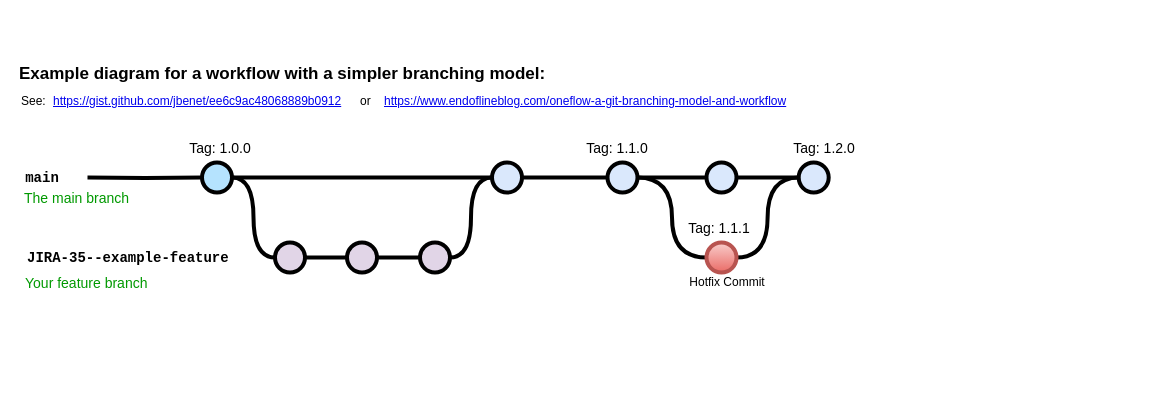
Above: Untitled Diagram.drawio in dinhdobathi1992/thiCV (draw.io), before the change. Source tidied: cells renumbered, new cells numbered last; positions are measured from the earlier drawing's top-left corner, leaving out a move shared by most shapes. Both pictures are drawn from the tidied source at 100%, with x=0, y=0 at pixel (17, 57).
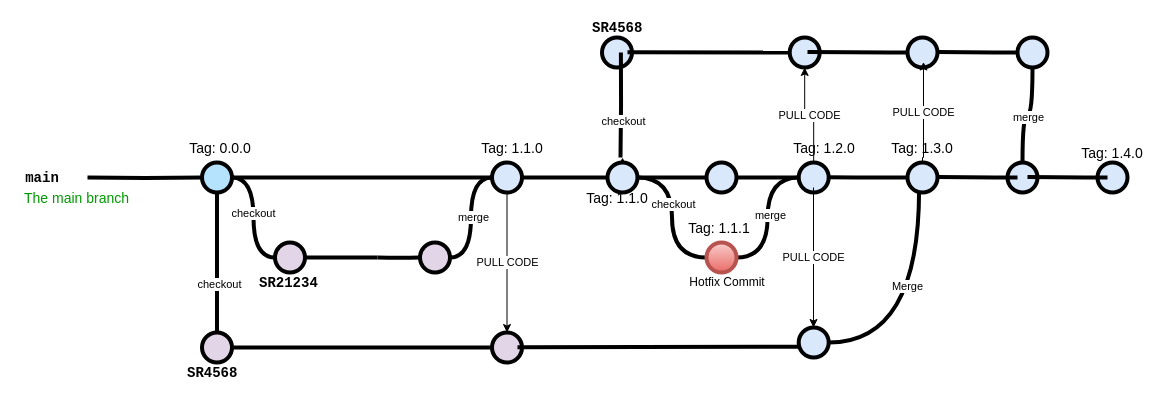
After the change.

The change refers to these unchanged cells:
```xml
<mxCell id="6" style="edgeStyle=orthogonalEdgeStyle;curved=1;rounded=0;html=1;exitX=1;exitY=0.5;exitPerimeter=0;entryX=0;entryY=0.5;entryPerimeter=0;endArrow=none;endFill=0;jettySize=auto;strokeWidth=4;fontSize=15;" parent="1" edge="1" source="7" target="19">
  <mxGeometry relative="1" as="geometry" />
</mxCell>
<mxCell id="7" style="verticalLabelPosition=bottom;verticalAlign=top;html=1;strokeWidth=4;shape=mxgraph.flowchart.on-page_reference;plain-blue;gradientColor=none;fillColor=#B5E3Fe;strokeColor=#000000;" parent="1" vertex="1">
  <mxGeometry x="184.5" y="105" width="30" height="30" as="geometry" />
</mxCell>
<mxCell id="9" style="verticalLabelPosition=bottom;verticalAlign=top;html=1;strokeWidth=4;shape=mxgraph.flowchart.on-page_reference;plain-blue;gradientColor=none;strokeColor=#000000;" parent="1" vertex="1">
  <mxGeometry x="474.5" y="105" width="30" height="30" as="geometry" />
</mxCell>
<mxCell id="11" style="edgeStyle=orthogonalEdgeStyle;curved=1;rounded=0;jettySize=auto;html=1;endArrow=none;endFill=0;strokeWidth=4;fontFamily=Courier New;fontSize=16;entryX=0;entryY=0.5;entryDx=0;entryDy=0;entryPerimeter=0;" parent="1" edge="1" source="12" target="32">
  <mxGeometry relative="1" as="geometry" />
</mxCell>
<mxCell id="12" style="verticalLabelPosition=bottom;verticalAlign=top;html=1;strokeWidth=4;shape=mxgraph.flowchart.on-page_reference;plain-blue;gradientColor=none;strokeColor=#000000;" parent="1" vertex="1">
  <mxGeometry x="590" y="105" width="30" height="30" as="geometry" />
</mxCell>
<mxCell id="15" style="verticalLabelPosition=bottom;verticalAlign=top;html=1;strokeWidth=4;shape=mxgraph.flowchart.on-page_reference;plain-blue;gradientColor=none;strokeColor=#000000;" parent="1" vertex="1">
  <mxGeometry x="781.2" y="105" width="30" height="30" as="geometry" />
</mxCell>
<mxCell id="19" style="verticalLabelPosition=bottom;verticalAlign=top;html=1;strokeWidth=4;shape=mxgraph.flowchart.on-page_reference;plain-purple;gradientColor=none;strokeColor=#000000;" parent="1" vertex="1">
  <mxGeometry x="257.5" y="185" width="30" height="30" as="geometry" />
</mxCell>
<mxCell id="22" style="edgeStyle=orthogonalEdgeStyle;curved=1;rounded=0;html=1;exitX=1;exitY=0.5;exitPerimeter=0;entryX=0;entryY=0.5;entryPerimeter=0;endArrow=none;endFill=0;jettySize=auto;strokeWidth=4;fontSize=15;" parent="1" edge="1" source="23" target="9">
  <mxGeometry relative="1" as="geometry" />
</mxCell>
<mxCell id="23" style="verticalLabelPosition=bottom;verticalAlign=top;html=1;strokeWidth=4;shape=mxgraph.flowchart.on-page_reference;plain-purple;gradientColor=none;strokeColor=#000000;" parent="1" vertex="1">
  <mxGeometry x="402.5" y="185" width="30" height="30" as="geometry" />
</mxCell>
<mxCell id="31" style="edgeStyle=orthogonalEdgeStyle;curved=1;rounded=0;jettySize=auto;html=1;endArrow=none;endFill=0;strokeWidth=4;fontFamily=Courier New;fontSize=16;entryX=0;entryY=0.5;entryDx=0;entryDy=0;entryPerimeter=0;" parent="1" edge="1" source="32" target="15">
  <mxGeometry relative="1" as="geometry" />
</mxCell>
```

Change to the diagram source:
```diff
@@
-    <mxCell id="2" value="Example diagram for a workflow with a simpler branching model:" style="text;whiteSpace=wrap;html=1;fontStyle=1;fontSize=17;" parent="1" vertex="1">
-      <mxGeometry width="542.2" height="30" as="geometry" />
-    </mxCell>
-    <mxCell id="3" value="&lt;a href=&quot;https://gist.github.com/jbenet/ee6c9ac48068889b0912&quot;&gt;https://gist.github.com/jbenet/ee6c9ac48068889b0912&lt;/a&gt;" style="text;whiteSpace=wrap;html=1;" parent="1" vertex="1">
-      <mxGeometry x="34.2" y="30" width="298" height="20" as="geometry" />
-    </mxCell>
-    <mxCell id="4" value="See:" style="text;whiteSpace=wrap;html=1;" parent="1" vertex="1">
-      <mxGeometry x="1.5" y="30" width="32.8" height="20" as="geometry" />
-    </mxCell>
@@
+    <mxCell id="36" value="checkout" style="edgeLabel;html=1;align=center;verticalAlign=middle;" parent="6" vertex="1">
+      <mxGeometry x="-0.07" y="-1" relative="1" as="geometry" />
+    </mxCell>
@@
+    <mxCell id="37" value="PULL CODE" style="edgeStyle=orthogonalEdgeStyle;rounded=0;jettySize=auto;html=1;" parent="1" edge="1" source="9" target="49">
+      <mxGeometry relative="1" as="geometry" />
+    </mxCell>
@@
+    <mxCell id="38" value="checkout" style="edgeLabel;html=1;align=center;verticalAlign=middle;" parent="11" vertex="1">
+      <mxGeometry x="-0.18" y="1" relative="1" as="geometry" />
+    </mxCell>
+    <mxCell id="39" style="edgeStyle=orthogonalEdgeStyle;rounded=0;jettySize=auto;html=1;exitX=0.5;exitY=1;exitDx=0;exitDy=0;exitPerimeter=0;" parent="1" edge="1" source="12">
+      <mxGeometry relative="1" as="geometry">
+        <mxPoint x="605" y="100" as="targetPoint" />
+      </mxGeometry>
+    </mxCell>
@@
-    <mxCell id="18" style="edgeStyle=orthogonalEdgeStyle;curved=1;rounded=0;html=1;exitX=1;exitY=0.5;exitPerimeter=0;entryX=0;entryY=0.5;entryPerimeter=0;endArrow=none;endFill=0;jettySize=auto;strokeWidth=4;fontSize=15;" parent="1" edge="1" source="19" target="21">
-      <mxGeometry relative="1" as="geometry" />
+    <mxCell id="18" style="edgeStyle=orthogonalEdgeStyle;curved=1;rounded=0;html=1;exitX=1;exitY=0.5;exitPerimeter=0;endArrow=none;endFill=0;jettySize=auto;strokeWidth=4;fontSize=15;" parent="1" edge="1" source="19">
+      <mxGeometry relative="1" as="geometry">
+        <mxPoint x="360" y="200" as="targetPoint" />
+      </mxGeometry>
     </mxCell>
@@
-    <mxCell id="20" style="edgeStyle=orthogonalEdgeStyle;curved=1;rounded=0;html=1;exitX=1;exitY=0.5;exitPerimeter=0;entryX=0;entryY=0.5;entryPerimeter=0;endArrow=none;endFill=0;jettySize=auto;strokeWidth=4;fontSize=15;" parent="1" edge="1" source="21" target="23">
-      <mxGeometry relative="1" as="geometry" />
+    <mxCell id="20" style="edgeStyle=orthogonalEdgeStyle;curved=1;rounded=0;html=1;entryX=0;entryY=0.5;entryPerimeter=0;endArrow=none;endFill=0;jettySize=auto;strokeWidth=4;fontSize=15;" parent="1" edge="1" target="23">
+      <mxGeometry relative="1" as="geometry">
+        <mxPoint x="360" y="200" as="sourcePoint" />
+      </mxGeometry>
     </mxCell>
-    <mxCell id="21" style="verticalLabelPosition=bottom;verticalAlign=top;html=1;strokeWidth=4;shape=mxgraph.flowchart.on-page_reference;plain-purple;gradientColor=none;strokeColor=#000000;" parent="1" vertex="1">
-      <mxGeometry x="329.5" y="185" width="30" height="30" as="geometry" />
-    </mxCell>
@@
+    <mxCell id="40" value="merge" style="edgeLabel;html=1;align=center;verticalAlign=middle;" parent="22" vertex="1">
+      <mxGeometry x="0.01" y="-2" relative="1" as="geometry" />
+    </mxCell>
@@
-    <mxCell id="24" value="JIRA-35--example-feature" style="text;html=1;strokeColor=none;fillColor=none;align=left;verticalAlign=middle;whiteSpace=wrap;overflow=hidden;fontSize=14;fontStyle=1;fontFamily=Courier New;" parent="1" vertex="1">
-      <mxGeometry x="7.5" y="190" width="240" height="20" as="geometry" />
+    <mxCell id="24" value="SR21234" style="text;html=1;strokeColor=none;fillColor=none;align=left;verticalAlign=middle;whiteSpace=wrap;overflow=hidden;fontSize=14;fontStyle=1;fontFamily=Courier New;" parent="1" vertex="1">
+      <mxGeometry x="240" y="215" width="240" height="20" as="geometry" />
     </mxCell>
@@
-    <mxCell id="26" value="Your feature branch" style="text;html=1;strokeColor=none;fillColor=none;align=left;verticalAlign=middle;whiteSpace=wrap;overflow=hidden;fontSize=14;fontStyle=0;fontColor=#009900;" parent="1" vertex="1">
-      <mxGeometry x="6.2" y="215" width="202.2" height="20" as="geometry" />
-    </mxCell>
-    <mxCell id="27" value="Tag: 1.0.0" style="text;html=1;strokeColor=none;fillColor=none;align=center;verticalAlign=middle;whiteSpace=wrap;overflow=hidden;fontSize=14;" parent="1" vertex="1">
+    <mxCell id="27" value="Tag: 0.0.0" style="text;html=1;strokeColor=none;fillColor=none;align=center;verticalAlign=middle;whiteSpace=wrap;overflow=hidden;fontSize=14;" parent="1" vertex="1">
       <mxGeometry x="168.4" y="80" width="70" height="20" as="geometry" />
     </mxCell>
     <mxCell id="28" value="Tag: 1.1.0" style="text;html=1;strokeColor=none;fillColor=none;align=center;verticalAlign=middle;whiteSpace=wrap;overflow=hidden;fontSize=14;" parent="1" vertex="1">
-      <mxGeometry x="564.5" y="80" width="70" height="20" as="geometry" />
+      <mxGeometry x="564.5" y="130" width="70" height="20" as="geometry" />
     </mxCell>
-    <mxCell id="29" value="&lt;a href=&quot;https://www.endoflineblog.com/oneflow-a-git-branching-model-and-workflow&quot;&gt;https://www.endoflineblog.com/oneflow-a-git-branching-model-and-workflow&lt;/a&gt;" style="text;whiteSpace=wrap;html=1;" parent="1" vertex="1">
-      <mxGeometry x="364.5" y="30" width="413.8" height="20" as="geometry" />
-    </mxCell>
-    <mxCell id="30" value="or" style="text;whiteSpace=wrap;html=1;" parent="1" vertex="1">
-      <mxGeometry x="340.6" y="30" width="11.6" height="20" as="geometry" />
-    </mxCell>
@@
+    <mxCell id="41" value="merge" style="edgeLabel;html=1;align=center;verticalAlign=middle;" parent="31" vertex="1">
+      <mxGeometry x="0.04" y="-2" relative="1" as="geometry" />
+    </mxCell>
@@
+    <mxCell id="42" value="Tag: 1.1.0" style="text;html=1;strokeColor=none;fillColor=none;align=center;verticalAlign=middle;whiteSpace=wrap;overflow=hidden;fontSize=14;" parent="1" vertex="1">
+      <mxGeometry x="460" y="80" width="70" height="20" as="geometry" />
+    </mxCell>
+    <mxCell id="43" value="SR4568" style="text;html=1;strokeColor=none;fillColor=none;align=left;verticalAlign=middle;whiteSpace=wrap;overflow=hidden;fontSize=14;fontStyle=1;fontFamily=Courier New;" parent="1" vertex="1">
+      <mxGeometry x="168.4" y="305" width="61.6" height="20" as="geometry" />
+    </mxCell>
+    <mxCell id="44" style="edgeStyle=orthogonalEdgeStyle;curved=1;rounded=0;html=1;exitX=0.5;exitY=1;exitPerimeter=0;endArrow=none;endFill=0;jettySize=auto;strokeWidth=4;fontSize=15;exitDx=0;exitDy=0;" parent="1" edge="1" source="47">
+      <mxGeometry relative="1" as="geometry">
+        <mxPoint x="200" y="290" as="targetPoint" />
+      </mxGeometry>
+    </mxCell>
+    <mxCell id="45" style="edgeStyle=orthogonalEdgeStyle;curved=1;rounded=0;html=1;exitX=0.5;exitY=1;exitPerimeter=0;endArrow=none;endFill=0;jettySize=auto;strokeWidth=4;fontSize=15;exitDx=0;exitDy=0;" parent="1" edge="1" source="7" target="47">
+      <mxGeometry relative="1" as="geometry" />
+    </mxCell>
+    <mxCell id="46" value="checkout" style="edgeLabel;html=1;align=center;verticalAlign=middle;" parent="45" vertex="1">
+      <mxGeometry x="0.3" y="2" relative="1" as="geometry" />
+    </mxCell>
+    <mxCell id="47" style="verticalLabelPosition=bottom;verticalAlign=top;html=1;strokeWidth=4;shape=mxgraph.flowchart.on-page_reference;plain-purple;gradientColor=none;strokeColor=#000000;" parent="1" vertex="1">
+      <mxGeometry x="184.5" y="275" width="30" height="30" as="geometry" />
+    </mxCell>
+    <mxCell id="48" style="edgeStyle=orthogonalEdgeStyle;curved=1;rounded=0;html=1;entryX=0;entryY=0.5;entryPerimeter=0;endArrow=none;endFill=0;jettySize=auto;strokeWidth=4;fontSize=15;exitX=1;exitY=0.5;exitDx=0;exitDy=0;exitPerimeter=0;entryDx=0;entryDy=0;" parent="1" edge="1" source="47" target="49">
+      <mxGeometry relative="1" as="geometry">
+        <Array as="points">
+          <mxPoint x="330" y="290" />
+          <mxPoint x="330" y="290" />
+        </Array>
+      </mxGeometry>
+    </mxCell>
+    <mxCell id="49" style="verticalLabelPosition=bottom;verticalAlign=top;html=1;strokeWidth=4;shape=mxgraph.flowchart.on-page_reference;plain-purple;gradientColor=none;strokeColor=#000000;" parent="1" vertex="1">
+      <mxGeometry x="474.5" y="275" width="30" height="30" as="geometry" />
+    </mxCell>
+    <mxCell id="50" style="verticalLabelPosition=bottom;verticalAlign=top;html=1;strokeWidth=4;shape=mxgraph.flowchart.on-page_reference;plain-blue;gradientColor=none;strokeColor=#000000;" parent="1" vertex="1">
+      <mxGeometry x="781.2" y="270" width="30" height="30" as="geometry" />
+    </mxCell>
+    <mxCell id="51" style="edgeStyle=orthogonalEdgeStyle;curved=1;rounded=0;html=1;entryX=0.049;entryY=0.643;entryPerimeter=0;endArrow=none;endFill=0;jettySize=auto;strokeWidth=4;fontSize=15;exitX=1;exitY=0.5;exitDx=0;exitDy=0;exitPerimeter=0;entryDx=0;entryDy=0;" parent="1" edge="1" target="50">
+      <mxGeometry relative="1" as="geometry">
+        <mxPoint x="500" y="289.7" as="sourcePoint" />
+        <Array as="points">
+          <mxPoint x="615" y="290" />
+        </Array>
+      </mxGeometry>
+    </mxCell>
+    <mxCell id="52" value="PULL CODE" style="edgeStyle=orthogonalEdgeStyle;rounded=0;orthogonalLoop=1;jettySize=auto;html=1;" parent="1" edge="1">
+      <mxGeometry relative="1" as="geometry">
+        <mxPoint x="796" y="130" as="sourcePoint" />
+        <mxPoint x="796" y="270" as="targetPoint" />
+      </mxGeometry>
+    </mxCell>
+    <mxCell id="53" style="edgeStyle=orthogonalEdgeStyle;curved=1;rounded=0;html=1;entryX=0.386;entryY=0.924;entryPerimeter=0;endArrow=none;endFill=0;jettySize=auto;strokeWidth=4;fontSize=15;entryDx=0;entryDy=0;" parent="1" edge="1" source="50" target="55">
+      <mxGeometry relative="1" as="geometry" />
+    </mxCell>
+    <mxCell id="54" value="Merge" style="edgeLabel;html=1;align=center;verticalAlign=middle;" parent="53" vertex="1">
+      <mxGeometry x="0.21" y="12" relative="1" as="geometry" />
+    </mxCell>
+    <mxCell id="55" style="verticalLabelPosition=bottom;verticalAlign=top;html=1;strokeWidth=4;shape=mxgraph.flowchart.on-page_reference;plain-blue;gradientColor=none;strokeColor=#000000;" parent="1" vertex="1">
+      <mxGeometry x="890" y="105" width="30" height="30" as="geometry" />
+    </mxCell>
+    <mxCell id="56" style="edgeStyle=orthogonalEdgeStyle;curved=1;rounded=0;jettySize=auto;html=1;endArrow=none;endFill=0;strokeWidth=4;fontFamily=Courier New;fontSize=16;entryX=0;entryY=0.5;entryDx=0;entryDy=0;entryPerimeter=0;" parent="1" edge="1" target="55">
+      <mxGeometry relative="1" as="geometry">
+        <mxPoint x="810" y="119.7" as="sourcePoint" />
+      </mxGeometry>
+    </mxCell>
+    <mxCell id="57" value="Tag: 1.3.0" style="text;html=1;strokeColor=none;fillColor=none;align=center;verticalAlign=middle;whiteSpace=wrap;overflow=hidden;fontSize=14;" parent="1" vertex="1">
+      <mxGeometry x="870" y="80" width="70" height="20" as="geometry" />
+    </mxCell>
+    <mxCell id="58" value="SR4568" style="text;html=1;strokeColor=none;fillColor=none;align=left;verticalAlign=middle;whiteSpace=wrap;overflow=hidden;fontSize=14;fontStyle=1;fontFamily=Courier New;" parent="1" vertex="1">
+      <mxGeometry x="572.9" y="-40" width="61.6" height="20" as="geometry" />
+    </mxCell>
+    <mxCell id="59" style="verticalLabelPosition=bottom;verticalAlign=top;html=1;strokeWidth=4;shape=mxgraph.flowchart.on-page_reference;plain-blue;gradientColor=none;strokeColor=#000000;" parent="1" vertex="1">
+      <mxGeometry x="584.5" y="-20" width="30" height="30" as="geometry" />
+    </mxCell>
+    <mxCell id="60" style="edgeStyle=orthogonalEdgeStyle;curved=1;rounded=0;html=1;exitX=0.5;exitY=1;exitPerimeter=0;endArrow=none;endFill=0;jettySize=auto;orthogonalLoop=1;strokeWidth=4;fontSize=15;exitDx=0;exitDy=0;" parent="1" edge="1">
+      <mxGeometry relative="1" as="geometry">
+        <mxPoint x="603.4" y="-5" as="sourcePoint" />
+        <mxPoint x="603" y="100" as="targetPoint" />
+      </mxGeometry>
+    </mxCell>
+    <mxCell id="61" value="checkout" style="edgeLabel;html=1;align=center;verticalAlign=middle;" parent="60" vertex="1">
+      <mxGeometry x="0.3" y="2" relative="1" as="geometry" />
+    </mxCell>
+    <mxCell id="62" style="verticalLabelPosition=bottom;verticalAlign=top;html=1;strokeWidth=4;shape=mxgraph.flowchart.on-page_reference;plain-blue;gradientColor=none;strokeColor=#000000;" parent="1" vertex="1">
+      <mxGeometry x="772.2" y="-20" width="30" height="30" as="geometry" />
+    </mxCell>
+    <mxCell id="63" style="edgeStyle=orthogonalEdgeStyle;curved=1;rounded=0;jettySize=auto;html=1;endArrow=none;endFill=0;strokeWidth=4;fontFamily=Courier New;fontSize=16;entryX=0;entryY=0.5;entryDx=0;entryDy=0;entryPerimeter=0;" parent="1" edge="1" target="62">
+      <mxGeometry relative="1" as="geometry">
+        <mxPoint x="610" y="-5.3" as="sourcePoint" />
+      </mxGeometry>
+    </mxCell>
+    <mxCell id="64" value="PULL CODE" style="edgeStyle=orthogonalEdgeStyle;rounded=0;jettySize=auto;html=1;exitX=0.5;exitY=0;exitDx=0;exitDy=0;exitPerimeter=0;entryX=0.5;entryY=1;entryDx=0;entryDy=0;entryPerimeter=0;" parent="1" edge="1" source="15" target="62">
+      <mxGeometry relative="1" as="geometry" />
+    </mxCell>
+    <mxCell id="65" style="verticalLabelPosition=bottom;verticalAlign=top;html=1;strokeWidth=4;shape=mxgraph.flowchart.on-page_reference;plain-blue;gradientColor=none;strokeColor=#000000;" parent="1" vertex="1">
+      <mxGeometry x="890" y="-20" width="30" height="30" as="geometry" />
+    </mxCell>
+    <mxCell id="66" style="edgeStyle=orthogonalEdgeStyle;curved=1;rounded=0;orthogonalLoop=1;jettySize=auto;html=1;endArrow=none;endFill=0;strokeWidth=4;fontFamily=Courier New;fontSize=16;" parent="1" edge="1">
+      <mxGeometry relative="1" as="geometry">
+        <mxPoint x="790" y="-5.4" as="sourcePoint" />
+        <mxPoint x="890" y="-5" as="targetPoint" />
+      </mxGeometry>
+    </mxCell>
+    <mxCell id="67" value="PULL CODE" style="edgeStyle=orthogonalEdgeStyle;rounded=0;jettySize=auto;html=1;exitX=0.5;exitY=0;exitDx=0;exitDy=0;exitPerimeter=0;entryX=0.5;entryY=1;entryDx=0;entryDy=0;entryPerimeter=0;" parent="1" edge="1" source="55">
+      <mxGeometry relative="1" as="geometry">
+        <mxPoint x="906" y="4.5" as="targetPoint" />
+        <Array as="points">
+          <mxPoint x="905" y="100" />
+          <mxPoint x="906" y="100" />
+        </Array>
+      </mxGeometry>
+    </mxCell>
+    <mxCell id="68" style="verticalLabelPosition=bottom;verticalAlign=top;html=1;strokeWidth=4;shape=mxgraph.flowchart.on-page_reference;plain-blue;gradientColor=none;strokeColor=#000000;" parent="1" vertex="1">
+      <mxGeometry x="1000" y="-20" width="30" height="30" as="geometry" />
+    </mxCell>
+    <mxCell id="69" style="edgeStyle=orthogonalEdgeStyle;curved=1;rounded=0;orthogonalLoop=1;jettySize=auto;html=1;endArrow=none;endFill=0;strokeWidth=4;fontFamily=Courier New;fontSize=16;entryX=0;entryY=0.5;entryDx=0;entryDy=0;entryPerimeter=0;" parent="1" edge="1">
+      <mxGeometry relative="1" as="geometry">
+        <mxPoint x="920" y="-5.4" as="sourcePoint" />
+        <mxPoint x="1000" y="-5.1" as="targetPoint" />
+      </mxGeometry>
+    </mxCell>
+    <mxCell id="70" style="verticalLabelPosition=bottom;verticalAlign=top;html=1;strokeWidth=4;shape=mxgraph.flowchart.on-page_reference;plain-blue;gradientColor=none;strokeColor=#000000;" parent="1" vertex="1">
+      <mxGeometry x="990" y="105" width="30" height="30" as="geometry" />
+    </mxCell>
+    <mxCell id="71" style="edgeStyle=orthogonalEdgeStyle;curved=1;rounded=0;orthogonalLoop=1;jettySize=auto;html=1;endArrow=none;endFill=0;strokeWidth=4;fontFamily=Courier New;fontSize=16;entryX=0;entryY=0.5;entryDx=0;entryDy=0;entryPerimeter=0;" parent="1" edge="1">
+      <mxGeometry relative="1" as="geometry">
+        <mxPoint x="920" y="119.6" as="sourcePoint" />
+        <mxPoint x="1000" y="119.9" as="targetPoint" />
+      </mxGeometry>
+    </mxCell>
+    <mxCell id="72" style="edgeStyle=orthogonalEdgeStyle;curved=1;rounded=0;html=1;entryX=0.5;entryY=1;entryPerimeter=0;endArrow=none;endFill=0;jettySize=auto;strokeWidth=4;fontSize=15;entryDx=0;entryDy=0;" parent="1" edge="1" source="70" target="68">
+      <mxGeometry relative="1" as="geometry" />
+    </mxCell>
+    <mxCell id="73" value="merge" style="edgeLabel;html=1;align=center;verticalAlign=middle;" parent="72" vertex="1">
+      <mxGeometry x="0.01" y="-2" relative="1" as="geometry" />
+    </mxCell>
+    <mxCell id="74" style="verticalLabelPosition=bottom;verticalAlign=top;html=1;strokeWidth=4;shape=mxgraph.flowchart.on-page_reference;plain-blue;gradientColor=none;strokeColor=#000000;" parent="1" vertex="1">
+      <mxGeometry x="1080" y="105" width="30" height="30" as="geometry" />
+    </mxCell>
+    <mxCell id="75" style="edgeStyle=orthogonalEdgeStyle;curved=1;rounded=0;orthogonalLoop=1;jettySize=auto;html=1;endArrow=none;endFill=0;strokeWidth=4;fontFamily=Courier New;fontSize=16;entryX=0;entryY=0.5;entryDx=0;entryDy=0;entryPerimeter=0;" parent="1" edge="1">
+      <mxGeometry relative="1" as="geometry">
+        <mxPoint x="1010" y="119.6" as="sourcePoint" />
+        <mxPoint x="1090" y="119.9" as="targetPoint" />
+      </mxGeometry>
+    </mxCell>
+    <mxCell id="76" value="Tag: 1.4.0" style="text;html=1;strokeColor=none;fillColor=none;align=center;verticalAlign=middle;whiteSpace=wrap;overflow=hidden;fontSize=14;" parent="1" vertex="1">
+      <mxGeometry x="1060" y="85" width="70" height="20" as="geometry" />
+    </mxCell>
```
